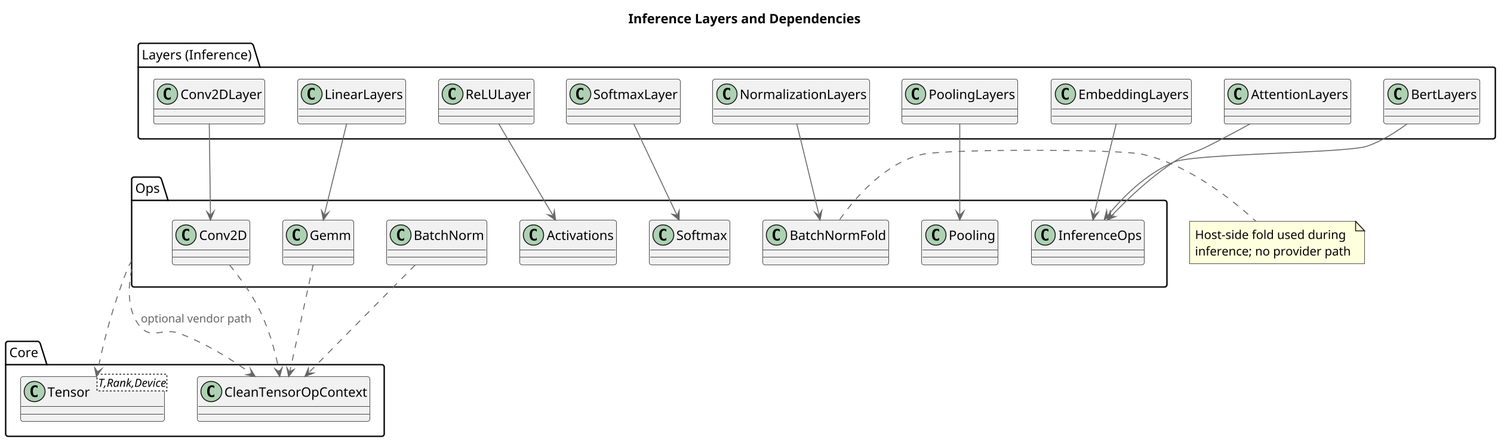
mehmetyusufoglu/alpaka3 keeps this PlantUML diagram as alpakaAI-architecture-docs/output/tensor-inference-layers.png. Above is the earlier version. Source of this version:
```plantuml
@startuml
!include ../config/plantuml-config.iuml

title Inference Layers and Dependencies

package "Core" {
  class "Tensor<T,Rank,Device>" as TensorTRD
  class CleanTensorOpContext
}

package "Ops" {
  class InferenceOps
  class Conv2D
  class Gemm
  class Activations
  class BatchNorm
  class BatchNormFold
  class Pooling
  class Softmax
}

package "Layers (Inference)" {
  class Conv2DLayer
  class LinearLayers
  class ReLULayer
  class SoftmaxLayer
  class NormalizationLayers
  class PoolingLayers
  class EmbeddingLayers
  class AttentionLayers
  class BertLayers
}

Ops ..> TensorTRD
Ops ..> CleanTensorOpContext : optional vendor path
Conv2DLayer --> Conv2D
LinearLayers --> Gemm
ReLULayer --> Activations
SoftmaxLayer --> Softmax
NormalizationLayers --> BatchNormFold
PoolingLayers --> Pooling
EmbeddingLayers --> InferenceOps
AttentionLayers --> InferenceOps
BertLayers --> InferenceOps

Conv2D ..> CleanTensorOpContext
Gemm ..> CleanTensorOpContext
BatchNorm ..> CleanTensorOpContext

note right of BatchNormFold
Host-side fold used during inference; no provider path
end note

@enduml
```
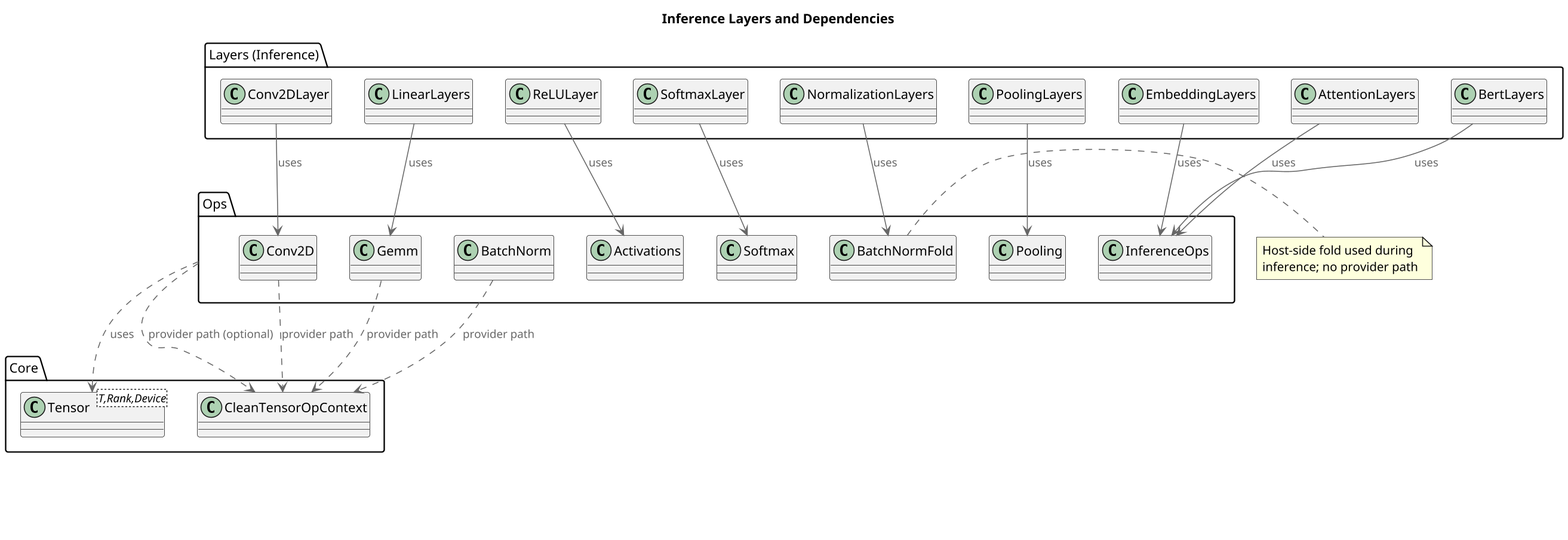
After the commit.

The edit, as a diff of the source:
```diff
@@ -31,24 +31,26 @@
   class BertLayers
 }
 
-Ops ..> TensorTRD
-Ops ..> CleanTensorOpContext : optional vendor path
-Conv2DLayer --> Conv2D
-LinearLayers --> Gemm
-ReLULayer --> Activations
-SoftmaxLayer --> Softmax
-NormalizationLayers --> BatchNormFold
-PoolingLayers --> Pooling
-EmbeddingLayers --> InferenceOps
-AttentionLayers --> InferenceOps
-BertLayers --> InferenceOps
+Ops ..> TensorTRD : uses
+Ops ..> CleanTensorOpContext : provider path (optional)
+Conv2DLayer --> Conv2D : uses
+LinearLayers --> Gemm : uses
+ReLULayer --> Activations : uses
+SoftmaxLayer --> Softmax : uses
+NormalizationLayers --> BatchNormFold : uses
+PoolingLayers --> Pooling : uses
+EmbeddingLayers --> InferenceOps : uses
+AttentionLayers --> InferenceOps : uses
+BertLayers --> InferenceOps : uses
 
-Conv2D ..> CleanTensorOpContext
-Gemm ..> CleanTensorOpContext
-BatchNorm ..> CleanTensorOpContext
+Conv2D ..> CleanTensorOpContext : provider path
+Gemm ..> CleanTensorOpContext : provider path
+BatchNorm ..> CleanTensorOpContext : provider path
 
 note right of BatchNormFold
 Host-side fold used during inference; no provider path
 end note
 
+Legend("Connection Legend", "uses: component dependency\nprovider path: vendor-backed call via context\nno provider path: host-side fold/affine")
+
 @enduml
```
